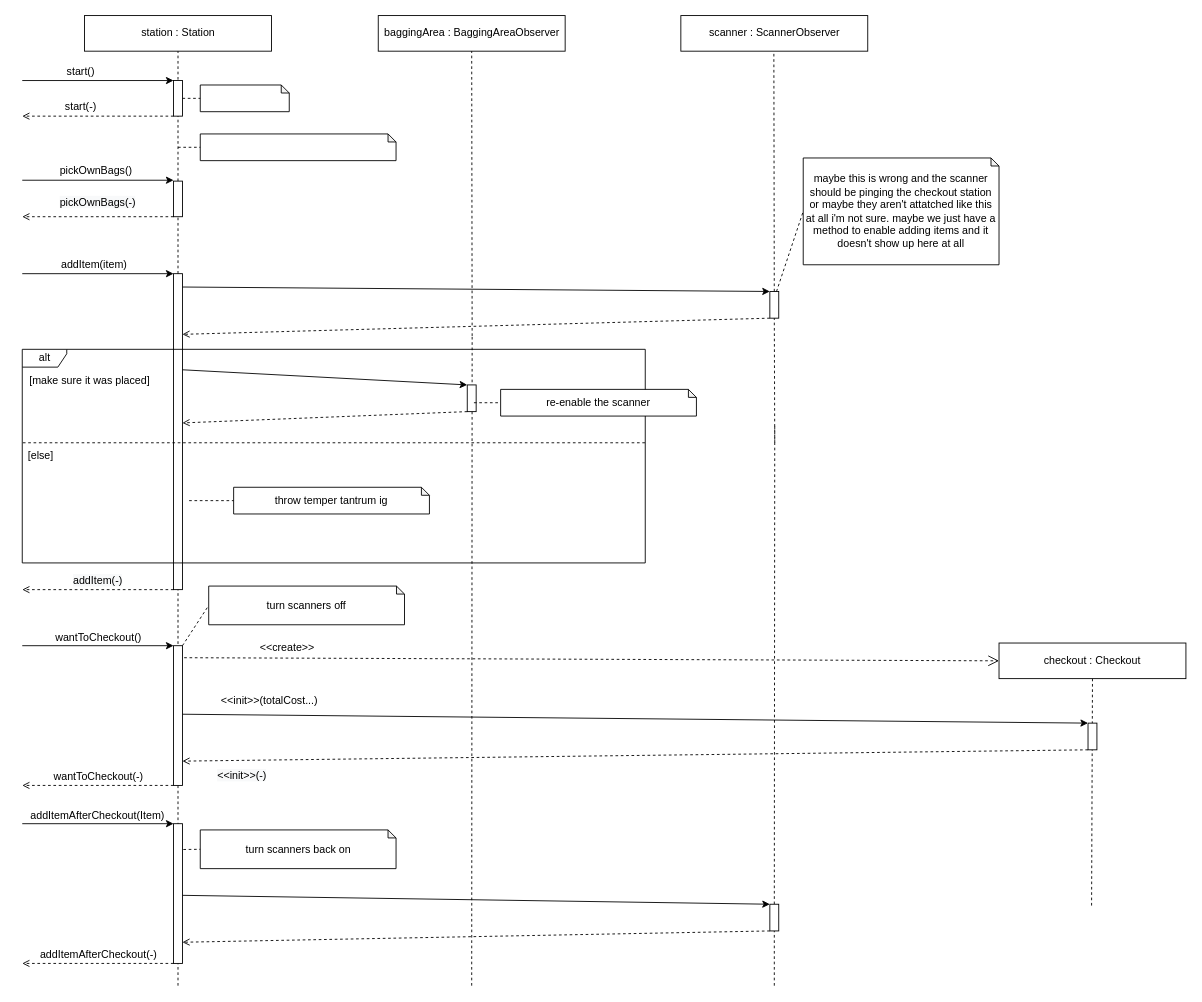
Before: Diagrams/SequenceDiagrams/Seq1.drawio in adam-25/Self-Checkout-System, a draw.io diagram. Source tidied: cells renumbered, new cells numbered last; positions are measured from the earlier drawing's top-left corner, leaving out a move shared by most shapes. Both pictures are drawn from the tidied source at 89%, with x=0, y=0 at pixel (21, 15).
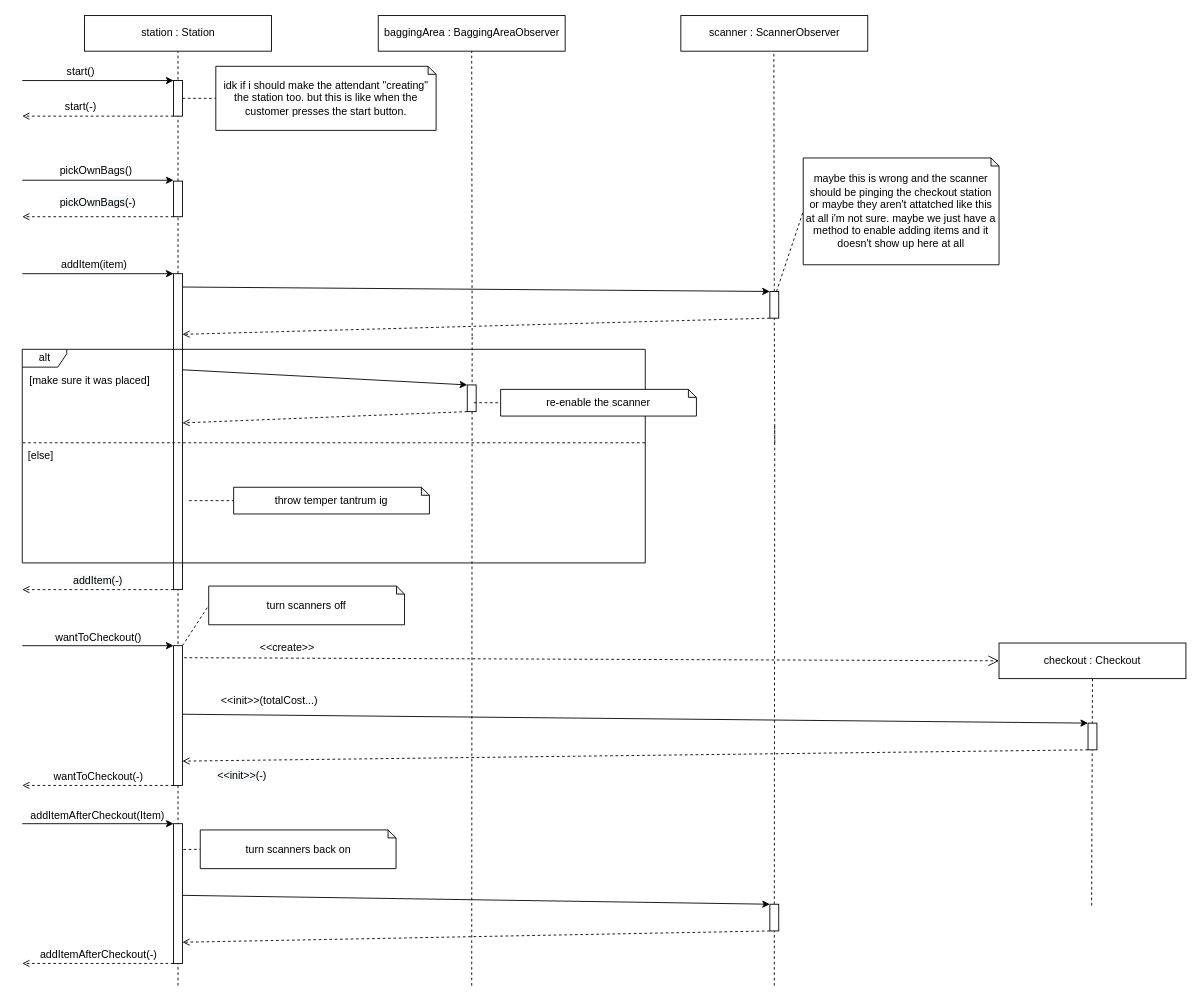
Above is the later version.

Commit message:
Update Seq1, changed the diagram name to SeqMain and added another little note

Diff of the diagram source:
```diff
@@
-    <mxCell id="9" style="shape=note;whiteSpace=wrap;html=1;backgroundOutline=1;darkOpacity=0.05;size=9;" parent="1" vertex="1">
-      <mxGeometry x="200.5" y="78" width="100" height="30" as="geometry" />
+    <mxCell id="9" value="idk if i should make the attendant &quot;creating&quot; the station too. but this is like when the customer presses the start button." style="shape=note;whiteSpace=wrap;html=1;backgroundOutline=1;darkOpacity=0.05;size=9;" parent="1" vertex="1">
+      <mxGeometry x="218" y="57" width="247.5" height="72" as="geometry" />
     </mxCell>
@@
-    <mxCell id="57" style="shape=note;whiteSpace=wrap;html=1;backgroundOutline=1;darkOpacity=0.05;size=9;" parent="1" vertex="1">
-      <mxGeometry x="200.5" y="133" width="220" height="30" as="geometry" />
-    </mxCell>
-    <mxCell id="58" style="endArrow=none;dashed=1;html=1;rounded=0;entryX=0;entryY=0.5;entryDx=0;entryDy=0;entryPerimeter=0;" parent="1" edge="1" target="57">
-      <mxGeometry relative="1" as="geometry">
-        <mxPoint x="175.5" y="148" as="sourcePoint" />
-      </mxGeometry>
-    </mxCell>
```
